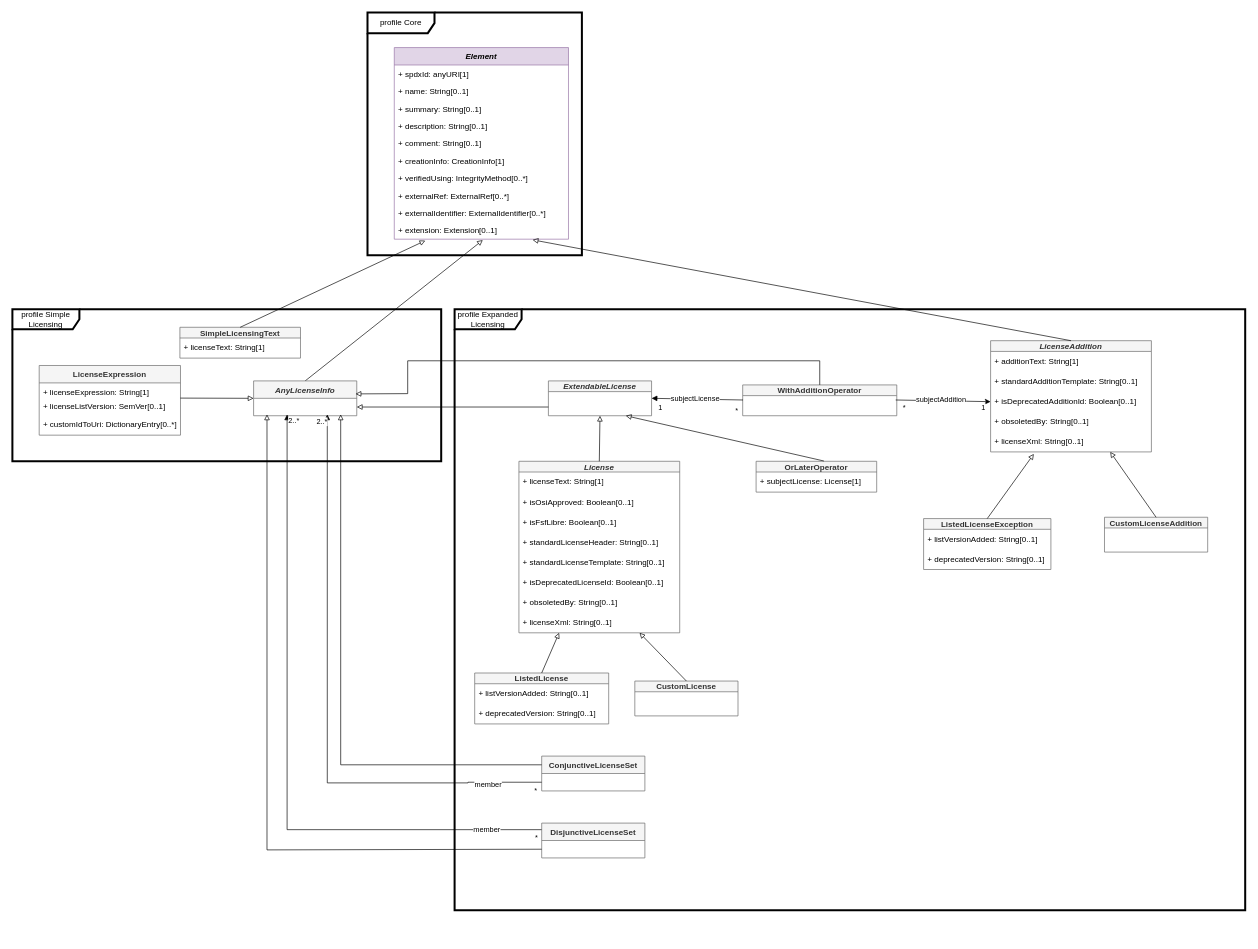
Earlier version of the draw.io diagram page "Licensing" (2 of 7) of model.drawio (spdx/spdx-3-model). Source tidied: cells renumbered, new cells numbered last; positions are measured from the earlier drawing's top-left corner, leaving out a move shared by most shapes. Both pictures are drawn from the tidied source at 67%, with x=0, y=0 at pixel (12, 12).
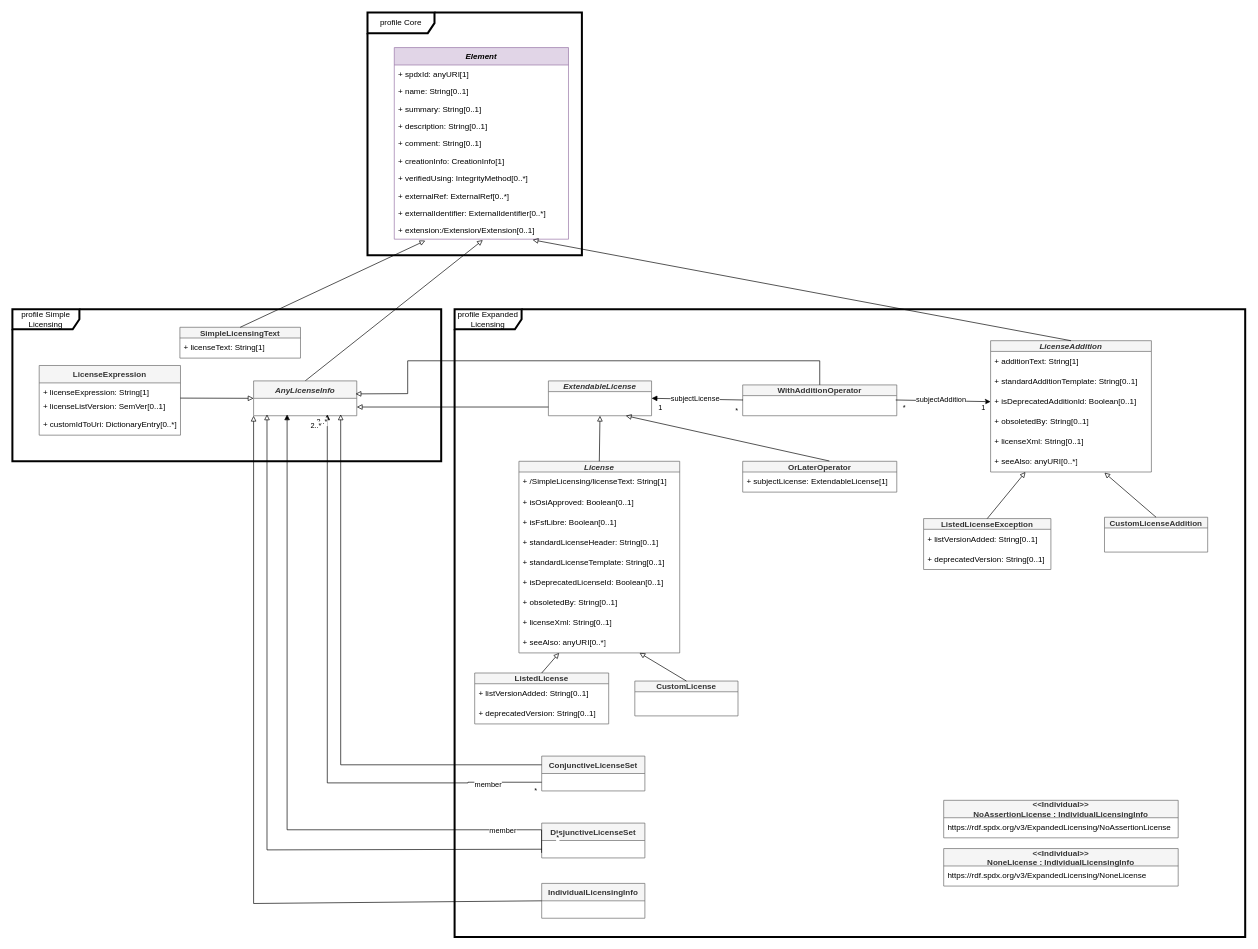
After the change.

The change refers to these unchanged cells:
```xml
<mxCell id="6" value="Element" style="swimlane;fontStyle=3;horizontal=1;startSize=26;fillColor=#e1d5e7;strokeColor=#9673a6;" parent="1" vertex="1">
  <mxGeometry x="570" y="52.5" width="260" height="286" as="geometry" />
</mxCell>
<mxCell id="18" value="AnyLicenseInfo" style="swimlane;fontStyle=3;horizontal=1;startSize=26;fillColor=#f5f5f5;strokeColor=#666666;fontColor=#333333;" parent="1" vertex="1">
  <mxGeometry x="360" y="550" width="154" height="52" as="geometry" />
</mxCell>
<mxCell id="47" value="+ licenseXml: String[0..1]" style="text;strokeColor=none;fillColor=none;align=left;verticalAlign=middle;spacingLeft=4;spacingRight=4;overflow=hidden;points=[[0,0.5],[1,0.5]];portConstraint=eastwest;whiteSpace=wrap;html=1;" parent="42" vertex="1">
  <mxGeometry y="136" width="240" height="30" as="geometry" />
</mxCell>
<mxCell id="48" value="CustomLicenseAddition" style="swimlane;fontStyle=1;horizontal=1;startSize=16;fillColor=#f5f5f5;strokeColor=#666666;fontColor=#333333;" parent="1" vertex="1">
  <mxGeometry x="1630" y="753.5" width="154" height="52" as="geometry" />
</mxCell>
<mxCell id="60" value="ListedLicenseException" style="swimlane;fontStyle=1;horizontal=1;startSize=16;fillColor=#f5f5f5;strokeColor=#666666;fontColor=#333333;" parent="1" vertex="1">
  <mxGeometry x="1360" y="755.5" width="190" height="76" as="geometry" />
</mxCell>
```

Change to the diagram source:
```diff
@@
     <mxCell id="2" value="profile Expanded Licensing" style="shape=umlFrame;whiteSpace=wrap;html=1;width=100;height=30;strokeWidth=3;" parent="1" vertex="1">
-      <mxGeometry x="660" y="443" width="1180" height="897" as="geometry" />
+      <mxGeometry x="660" y="443" width="1180" height="937" as="geometry" />
     </mxCell>
@@
-    <mxCell id="16" value="+ extension: Extension[0..1]" style="text;strokeColor=none;fillColor=none;align=left;verticalAlign=top;spacingLeft=4;spacingRight=4;overflow=hidden;points=[[0,0.5],[1,0.5]];portConstraint=eastwest;" parent="6" vertex="1">
+    <mxCell id="16" value="+ extension:/Extension/Extension[0..1]" style="text;strokeColor=none;fillColor=none;align=left;verticalAlign=top;spacingLeft=4;spacingRight=4;overflow=hidden;points=[[0,0.5],[1,0.5]];portConstraint=eastwest;" parent="6" vertex="1">
       <mxGeometry y="260" width="260" height="26" as="geometry" />
     </mxCell>
@@
     <mxCell id="29" value="License" style="swimlane;fontStyle=3;horizontal=1;startSize=16;fillColor=#f5f5f5;strokeColor=#666666;fontColor=#333333;" parent="1" vertex="1">
-      <mxGeometry x="756" y="670" width="240" height="256" as="geometry" />
+      <mxGeometry x="756" y="670" width="240" height="286" as="geometry" />
     </mxCell>
-    <mxCell id="30" value="+ licenseText: String[1]" style="text;strokeColor=none;fillColor=none;align=left;verticalAlign=middle;spacingLeft=4;spacingRight=4;overflow=hidden;whiteSpace=wrap;html=1;" parent="29" vertex="1">
+    <mxCell id="30" value="+ /SimpleLicensing/licenseText: String[1]" style="text;strokeColor=none;fillColor=none;align=left;verticalAlign=middle;spacingLeft=4;spacingRight=4;overflow=hidden;whiteSpace=wrap;html=1;" parent="29" vertex="1">
       <mxGeometry y="16" width="240" height="30" as="geometry" />
     </mxCell>
@@
+    <mxCell id="82" value="+ seeAlso: anyURI[0..*]" style="text;strokeColor=none;fillColor=none;align=left;verticalAlign=middle;spacingLeft=4;spacingRight=4;overflow=hidden;whiteSpace=wrap;html=1;" parent="29" vertex="1">
+      <mxGeometry y="256" width="240" height="30" as="geometry" />
+    </mxCell>
@@
     <mxCell id="42" value="LicenseAddition" style="swimlane;fontStyle=3;horizontal=1;startSize=16;fillColor=#f5f5f5;strokeColor=#666666;fontColor=#333333;" parent="1" vertex="1">
-      <mxGeometry x="1460" y="490" width="240" height="166" as="geometry" />
+      <mxGeometry x="1460" y="490" width="240" height="196" as="geometry" />
     </mxCell>
@@
+    <mxCell id="83" value="+ seeAlso: anyURI[0..*]" style="text;strokeColor=none;fillColor=none;align=left;verticalAlign=middle;spacingLeft=4;spacingRight=4;overflow=hidden;points=[[0,0.5],[1,0.5]];portConstraint=eastwest;whiteSpace=wrap;html=1;" parent="42" vertex="1">
+      <mxGeometry y="166" width="240" height="30" as="geometry" />
+    </mxCell>
@@
-    <mxCell id="63" style="endArrow=block;html=1;rounded=0;entryX=0.269;entryY=1.1;entryDx=0;entryDy=0;exitX=0.5;exitY=0;exitDx=0;exitDy=0;endFill=0;entryPerimeter=0;" parent="1" edge="1" source="60" target="47">
+    <mxCell id="63" style="endArrow=block;html=1;rounded=0;entryX=0.217;entryY=1;entryDx=0;entryDy=0;exitX=0.5;exitY=0;exitDx=0;exitDy=0;endFill=0;entryPerimeter=0;" parent="1" edge="1" source="60" target="83">
       <mxGeometry relative="1" as="geometry" />
     </mxCell>
-    <mxCell id="64" style="endArrow=block;html=1;rounded=0;entryX=0.744;entryY=1;entryDx=0;entryDy=0;exitX=0.5;exitY=0;exitDx=0;exitDy=0;endFill=0;entryPerimeter=0;" parent="1" edge="1" source="48" target="47">
+    <mxCell id="64" style="endArrow=block;html=1;rounded=0;entryX=0.708;entryY=1.033;entryDx=0;entryDy=0;exitX=0.5;exitY=0;exitDx=0;exitDy=0;endFill=0;entryPerimeter=0;" parent="1" edge="1" source="48" target="83">
       <mxGeometry relative="1" as="geometry" />
     </mxCell>
     <mxCell id="65" value="OrLaterOperator" style="swimlane;fontStyle=1;horizontal=1;startSize=16;fillColor=#f5f5f5;strokeColor=#666666;fontColor=#333333;" parent="1" vertex="1">
-      <mxGeometry x="1110" y="670" width="180" height="46" as="geometry" />
+      <mxGeometry x="1090" y="670" width="230" height="46" as="geometry" />
     </mxCell>
-    <mxCell id="66" value="+ subjectLicense: License[1]" style="text;strokeColor=none;fillColor=none;align=left;verticalAlign=middle;spacingLeft=4;spacingRight=4;overflow=hidden;whiteSpace=wrap;html=1;" parent="65" vertex="1">
-      <mxGeometry y="16" width="180" height="30" as="geometry" />
+    <mxCell id="66" value="+ subjectLicense: ExtendableLicense[1]" style="text;strokeColor=none;fillColor=none;align=left;verticalAlign=middle;spacingLeft=4;spacingRight=4;overflow=hidden;whiteSpace=wrap;html=1;" parent="65" vertex="1">
+      <mxGeometry y="16" width="230" height="30" as="geometry" />
     </mxCell>
@@
+    <mxCell id="84" value="IndividualLicensingInfo" style="swimlane;fontStyle=1;horizontal=1;startSize=26;fillColor=#f5f5f5;strokeColor=#666666;fontColor=#333333;" parent="1" vertex="1">
+      <mxGeometry x="790" y="1300" width="154" height="52" as="geometry" />
+    </mxCell>
+    <mxCell id="85" style="endArrow=block;html=1;rounded=0;exitX=0;exitY=0.5;exitDx=0;exitDy=0;endFill=0;entryX=0;entryY=1;entryDx=0;entryDy=0;" parent="1" edge="1" source="84" target="18">
+      <mxGeometry relative="1" as="geometry">
+        <Array as="points">
+          <mxPoint x="360" y="1330" />
+        </Array>
+      </mxGeometry>
+    </mxCell>
+    <mxCell id="86" value="&lt;&lt;Individual&gt;&gt;&#10;NoAssertionLicense : IndividualLicensingInfo" style="swimlane;fontStyle=1;horizontal=1;startSize=26;fillColor=#f5f5f5;strokeColor=#666666;fontColor=#333333;" parent="1" vertex="1">
+      <mxGeometry x="1390" y="1176" width="350" height="56" as="geometry" />
+    </mxCell>
+    <mxCell id="87" value="https://rdf.spdx.org/v3/ExpandedLicensing/NoAssertionLicense" style="text;strokeColor=none;fillColor=none;align=left;verticalAlign=middle;spacingLeft=4;spacingRight=4;overflow=hidden;whiteSpace=wrap;html=1;" parent="86" vertex="1">
+      <mxGeometry y="26" width="350" height="30" as="geometry" />
+    </mxCell>
+    <mxCell id="88" value="&lt;&lt;Individual&gt;&gt;&#10;NoneLicense : IndividualLicensingInfo" style="swimlane;fontStyle=1;horizontal=1;startSize=26;fillColor=#f5f5f5;strokeColor=#666666;fontColor=#333333;" parent="1" vertex="1">
+      <mxGeometry x="1390" y="1248" width="350" height="56" as="geometry" />
+    </mxCell>
+    <mxCell id="89" value="https://rdf.spdx.org/v3/ExpandedLicensing/NoneLicense" style="text;strokeColor=none;fillColor=none;align=left;verticalAlign=middle;spacingLeft=4;spacingRight=4;overflow=hidden;whiteSpace=wrap;html=1;" parent="88" vertex="1">
+      <mxGeometry y="26" width="350" height="30" as="geometry" />
+    </mxCell>
```
